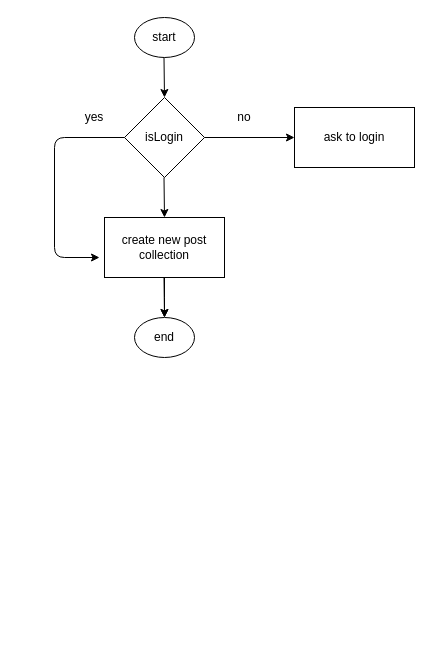
Earlier version of the draw.io diagram draw/createPost.drawio (arridha-amrad/ig-clone). Source tidied: cells renumbered, new cells numbered last; positions are measured from the earlier drawing's top-left corner, leaving out a move shared by most shapes. Both pictures are drawn from the tidied source at 100%, with x=0, y=0 at pixel (54, 17).
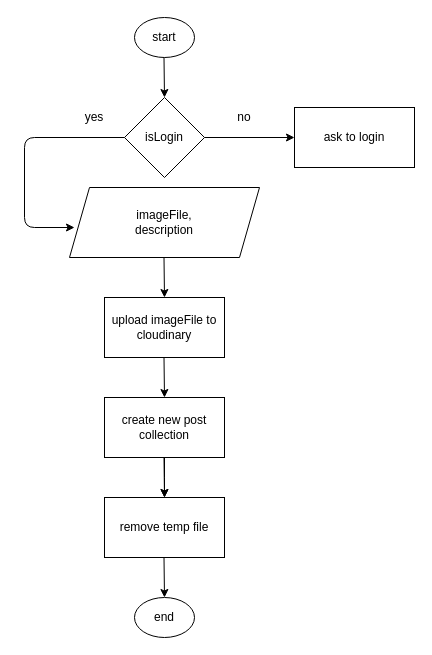
After the change.

Unchanged cells that the change refers to:
```xml
<mxCell id="6" value="isLogin" style="rhombus;whiteSpace=wrap;html=1;" parent="1" vertex="1">
  <mxGeometry x="70" y="80" width="80" height="80" as="geometry" />
</mxCell>
```

Change to the diagram source:
```diff
@@
     <mxCell id="3" value="end" style="ellipse;whiteSpace=wrap;html=1;" parent="1" vertex="1">
-      <mxGeometry x="80" y="300" width="60" height="40" as="geometry" />
+      <mxGeometry x="80" y="580" width="60" height="40" as="geometry" />
     </mxCell>
     <mxCell id="4" style="edgeStyle=elbowEdgeStyle;rounded=0;jettySize=auto;elbow=vertical;html=1;" parent="1" edge="1" source="5">
       <mxGeometry relative="1" as="geometry">
-        <mxPoint x="110" y="300" as="targetPoint" />
+        <mxPoint x="110" y="480" as="targetPoint" />
       </mxGeometry>
     </mxCell>
     <mxCell id="5" value="create new post collection" style="rounded=0;whiteSpace=wrap;html=1;" parent="1" vertex="1">
-      <mxGeometry x="50" y="200" width="120" height="60" as="geometry" />
+      <mxGeometry x="50" y="380" width="120" height="60" as="geometry" />
     </mxCell>
@@
     <mxCell id="9" style="edgeStyle=elbowEdgeStyle;elbow=horizontal;endArrow=classic;html=1;exitX=0;exitY=0.5;exitDx=0;exitDy=0;" parent="1" edge="1" source="6">
       <mxGeometry relative="1" as="geometry">
-        <mxPoint x="45" y="240" as="targetPoint" />
+        <mxPoint x="20" y="210" as="targetPoint" />
         <Array as="points">
+          <mxPoint x="-30" y="150" />
+          <mxPoint y="180" />
           <mxPoint y="230" />
         </Array>
       </mxGeometry>
     </mxCell>
@@
-    <mxCell id="12" style="endArrow=classic;html=1;entryX=0.5;entryY=0;entryDx=0;entryDy=0;" parent="1" edge="1" target="5">
-      <mxGeometry relative="1" as="geometry">
-        <mxPoint x="109.5" y="160" as="sourcePoint" />
-      </mxGeometry>
-    </mxCell>
@@
     <mxCell id="14" style="endArrow=classic;html=1;entryX=0.5;entryY=0;entryDx=0;entryDy=0;" parent="1" edge="1">
       <mxGeometry relative="1" as="geometry">
-        <mxPoint x="109.5" y="260" as="sourcePoint" />
-        <mxPoint x="110" y="300" as="targetPoint" />
+        <mxPoint x="109.5" y="440" as="sourcePoint" />
+        <mxPoint x="110" y="480" as="targetPoint" />
       </mxGeometry>
     </mxCell>
+    <mxCell id="15" value="imageFile,&lt;br&gt;description" style="shape=parallelogram;perimeter=parallelogramPerimeter;whiteSpace=wrap;html=1;fixedSize=1;" parent="1" vertex="1">
+      <mxGeometry x="15" y="170" width="190" height="70" as="geometry" />
+    </mxCell>
+    <mxCell id="16" style="endArrow=classic;html=1;" parent="1" edge="1">
+      <mxGeometry relative="1" as="geometry">
+        <mxPoint x="109.5" y="240" as="sourcePoint" />
+        <mxPoint x="110" y="280" as="targetPoint" />
+      </mxGeometry>
+    </mxCell>
+    <mxCell id="17" value="upload imageFile to cloudinary" style="rounded=0;whiteSpace=wrap;html=1;" parent="1" vertex="1">
+      <mxGeometry x="50" y="280" width="120" height="60" as="geometry" />
+    </mxCell>
+    <mxCell id="18" value="remove temp file" style="rounded=0;whiteSpace=wrap;html=1;" parent="1" vertex="1">
+      <mxGeometry x="50" y="480" width="120" height="60" as="geometry" />
+    </mxCell>
+    <mxCell id="19" style="endArrow=classic;html=1;entryX=0.5;entryY=0;entryDx=0;entryDy=0;" parent="1" edge="1">
+      <mxGeometry relative="1" as="geometry">
+        <mxPoint x="109.5" y="540" as="sourcePoint" />
+        <mxPoint x="110" y="580" as="targetPoint" />
+      </mxGeometry>
+    </mxCell>
+    <mxCell id="20" style="endArrow=classic;html=1;entryX=0.5;entryY=0;entryDx=0;entryDy=0;" parent="1" edge="1">
+      <mxGeometry relative="1" as="geometry">
+        <mxPoint x="109.5" y="340" as="sourcePoint" />
+        <mxPoint x="110" y="380" as="targetPoint" />
+      </mxGeometry>
+    </mxCell>
```
